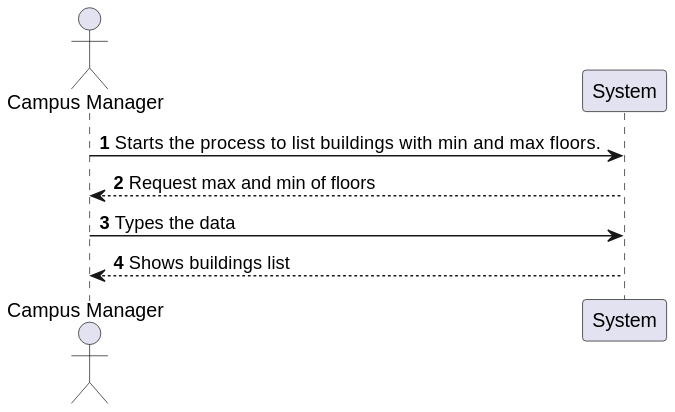
This is Visualization/docs/US_1060/Diagrams/Level1/ProcessView.svg from Pedro-Pereira1/sem5pi_23_24_g056_Visualization, a PlantUML export, as it was before one commit.
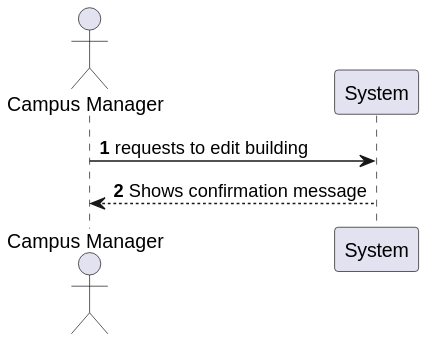
After the change.

What changed in the source:
```diff
@@ -1,9 +1,10 @@
 @startuml
+
 autonumber
 actor "Campus Manager" as CM
 
-CM -> System: Starts the process to  list buildings with min and max floors.
-System --> CM: Request max and min of floors
-CM -> System: Types the data
-CM <-- System: Shows buildings list
+CM -> System: requests to edit building
+CM <-- System: Shows confirmation message
+
+
 @enduml
```
